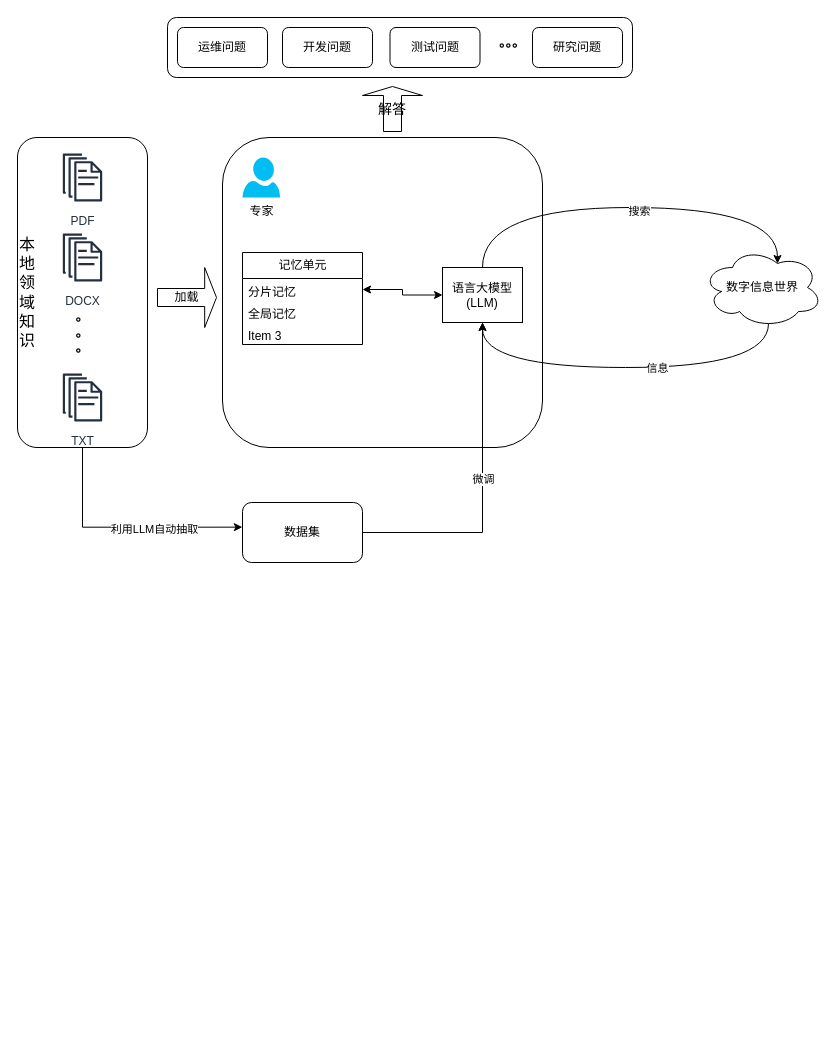
Before: 未命名绘图.drawio in YuweiZeng/diagram, a draw.io diagram. Source tidied: cells renumbered, new cells numbered last; positions are measured from the earlier drawing's top-left corner, leaving out a move shared by most shapes. Both pictures are drawn from the tidied source at 100%, with x=0, y=0 at pixel (17, 17). Pictures stored in the file or linked from it are replaced by grey dashed boxes.
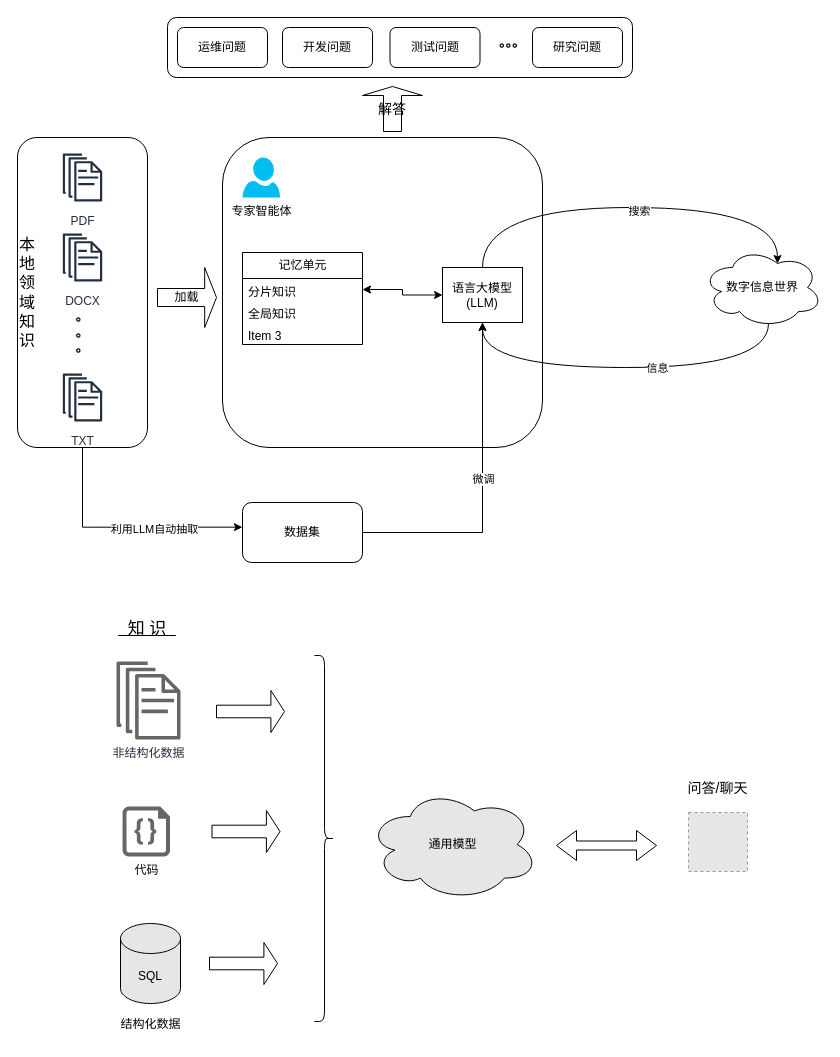
The same page after the edit.

The change refers to these unchanged cells:
```xml
<mxCell id="16" value="记忆单元" style="swimlane;fontStyle=0;horizontal=1;startSize=26;fillColor=none;html=1;" parent="1" vertex="1">
  <mxGeometry x="225" y="235" width="120" height="92" as="geometry" />
</mxCell>
```

Change to the diagram source:
```diff
@@
-    <mxCell id="12" value="专家" style="verticalLabelPosition=bottom;html=1;verticalAlign=top;align=center;strokeColor=none;fillColor=#00BEF2;shape=mxgraph.azure.user;" parent="1" vertex="1">
+    <mxCell id="12" value="专家智能体" style="verticalLabelPosition=bottom;html=1;verticalAlign=top;align=center;strokeColor=none;fillColor=#00BEF2;shape=mxgraph.azure.user;" parent="1" vertex="1">
       <mxGeometry x="225" y="140" width="37.5" height="40" as="geometry" />
     </mxCell>
@@
-    <mxCell id="17" value="分片记忆" style="text;strokeColor=none;fillColor=none;align=left;verticalAlign=top;spacingLeft=4;spacingRight=4;overflow=hidden;points=[[0,0.5],[1,0.5]];portConstraint=eastwest;whiteSpace=wrap;html=1;" parent="16" vertex="1">
+    <mxCell id="17" value="分片知识" style="text;strokeColor=none;fillColor=none;align=left;verticalAlign=top;spacingLeft=4;spacingRight=4;overflow=hidden;points=[[0,0.5],[1,0.5]];portConstraint=eastwest;whiteSpace=wrap;html=1;" parent="16" vertex="1">
       <mxGeometry y="26" width="120" height="22" as="geometry" />
     </mxCell>
-    <mxCell id="18" value="全局记忆" style="text;strokeColor=none;fillColor=none;align=left;verticalAlign=top;spacingLeft=4;spacingRight=4;overflow=hidden;whiteSpace=wrap;html=1;" parent="16" vertex="1">
+    <mxCell id="18" value="全局知识" style="text;strokeColor=none;fillColor=none;align=left;verticalAlign=top;spacingLeft=4;spacingRight=4;overflow=hidden;whiteSpace=wrap;html=1;" parent="16" vertex="1">
       <mxGeometry y="48" width="120" height="22" as="geometry" />
     </mxCell>
@@
+    <mxCell id="33" value="通用模型" style="ellipse;shape=cloud;whiteSpace=wrap;html=1;fillColor=#E6E6E6;" parent="1" vertex="1">
+      <mxGeometry x="350" y="771" width="171" height="112" as="geometry" />
+    </mxCell>
+    <mxCell id="34" value="非结构化数据" style="sketch=0;fontColor=#232F3E;gradientColor=none;fillColor=#666666;strokeColor=none;dashed=0;verticalLabelPosition=bottom;verticalAlign=top;align=center;html=1;fontSize=12;fontStyle=0;shape=mxgraph.aws4.documents;" parent="1" vertex="1">
+      <mxGeometry x="99" y="644" width="64" height="78" as="geometry" />
+    </mxCell>
+    <mxCell id="35" value="SQL" style="shape=cylinder3;whiteSpace=wrap;html=1;boundedLbl=1;backgroundOutline=1;size=15;fillColor=#E6E6E6;" parent="1" vertex="1">
+      <mxGeometry x="103" y="906" width="60" height="80" as="geometry" />
+    </mxCell>
+    <mxCell id="36" value="代码" style="verticalLabelPosition=bottom;html=1;verticalAlign=top;align=center;strokeColor=none;fillColor=#666666;shape=mxgraph.azure.code_file;" parent="1" vertex="1">
+      <mxGeometry x="105" y="789" width="47.5" height="50" as="geometry" />
+    </mxCell>
+    <mxCell id="37" value="&lt;u&gt;&lt;font style=&quot;font-size: 17px;&quot;&gt;&amp;nbsp; 知 识&amp;nbsp;&amp;nbsp;&lt;/font&gt;&lt;/u&gt;" style="text;strokeColor=none;align=center;fillColor=none;html=1;verticalAlign=middle;whiteSpace=wrap;rounded=0;" parent="1" vertex="1">
+      <mxGeometry x="100" y="597" width="60" height="30" as="geometry" />
+    </mxCell>
+    <mxCell id="38" style="shape=curlyBracket;whiteSpace=wrap;html=1;rounded=1;flipH=1;labelPosition=right;verticalLabelPosition=middle;align=left;verticalAlign=middle;" parent="1" vertex="1">
+      <mxGeometry x="297" y="638" width="20" height="366" as="geometry" />
+    </mxCell>
+    <mxCell id="39" value="结构化数据" style="text;strokeColor=none;align=center;fillColor=none;html=1;verticalAlign=middle;whiteSpace=wrap;rounded=0;" parent="1" vertex="1">
+      <mxGeometry x="92.5" y="992" width="81" height="30" as="geometry" />
+    </mxCell>
+    <mxCell id="40" style="shape=singleArrow;whiteSpace=wrap;html=1;" parent="1" vertex="1">
+      <mxGeometry x="199" y="673" width="68" height="42" as="geometry" />
+    </mxCell>
+    <mxCell id="41" style="shape=singleArrow;whiteSpace=wrap;html=1;" parent="1" vertex="1">
+      <mxGeometry x="194.5" y="793" width="68" height="42" as="geometry" />
+    </mxCell>
+    <mxCell id="42" style="shape=singleArrow;whiteSpace=wrap;html=1;" parent="1" vertex="1">
+      <mxGeometry x="192" y="925" width="68" height="42" as="geometry" />
+    </mxCell>
+    <mxCell id="43" value="&lt;font style=&quot;font-size: 14px;&quot;&gt;问答/聊天&lt;/font&gt;" style="text;strokeColor=none;align=center;fillColor=none;html=1;verticalAlign=middle;whiteSpace=wrap;rounded=0;" parent="1" vertex="1">
+      <mxGeometry x="662" y="756" width="77" height="30" as="geometry" />
+    </mxCell>
+    <mxCell id="44" style="shape=doubleArrow;whiteSpace=wrap;html=1;" parent="1" vertex="1">
+      <mxGeometry x="539" y="813" width="100" height="30" as="geometry" />
+    </mxCell>
+    <mxCell id="45" style="fillColor=#E6E6E6;strokeColor=#999999;dashed=1;html=1;verticalAlign=top;verticalLabelPosition=bottom;labelBackgroundColor=#ffffff;" parent="1" vertex="1">
+      <mxGeometry x="671" y="795" width="59" height="59" as="geometry" />
+    </mxCell>
```
